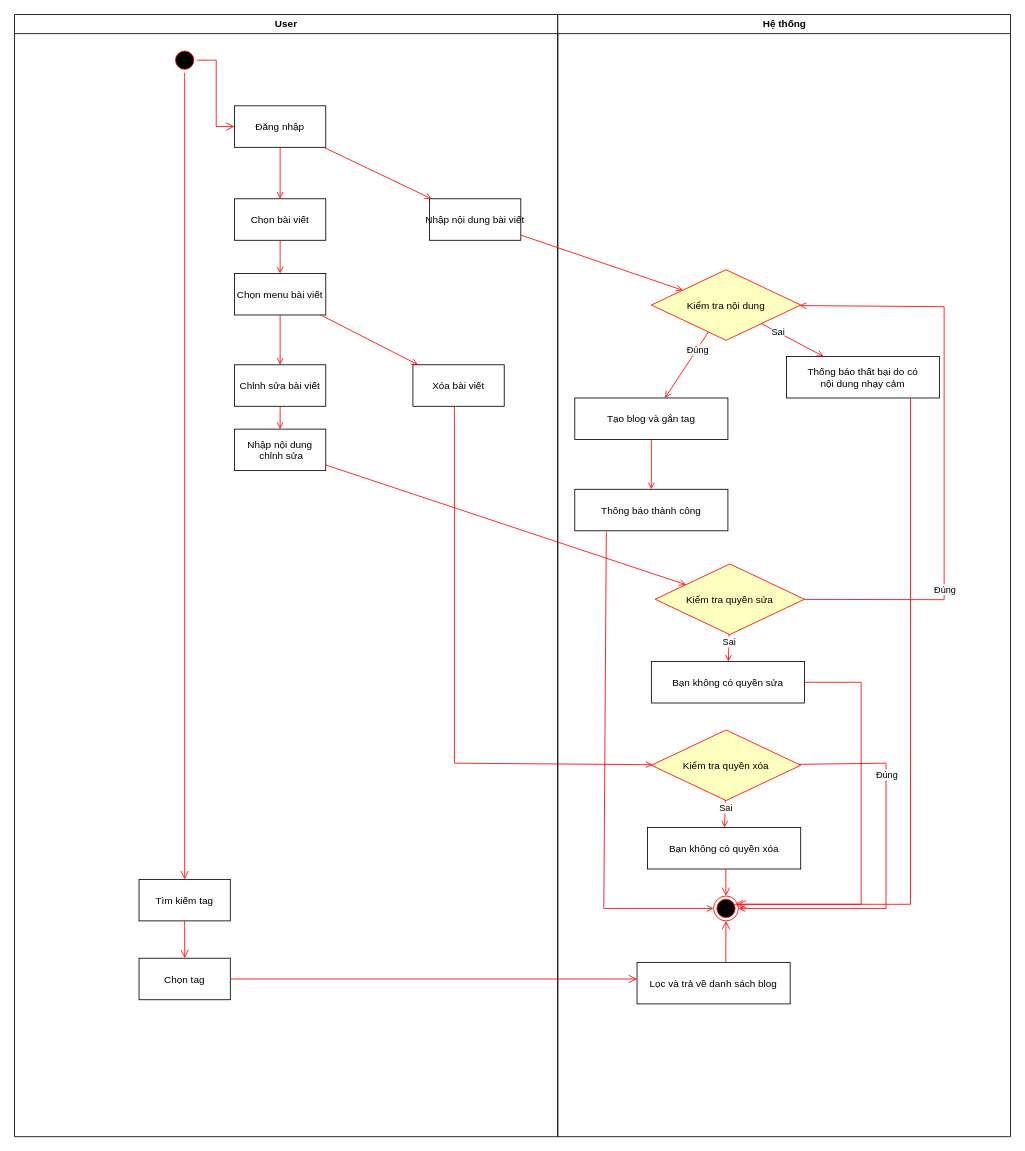
Above: BlogProject/BlogProject/QuanLyBlogActivity.drawio in TranThanhHoang123/Blog (draw.io), before the change. Source tidied: cells renumbered, new cells numbered last; positions are measured from the earlier drawing's top-left corner, leaving out a move shared by most shapes. Both pictures are drawn from the tidied source at 83%, with x=0, y=0 at pixel (14, 14).
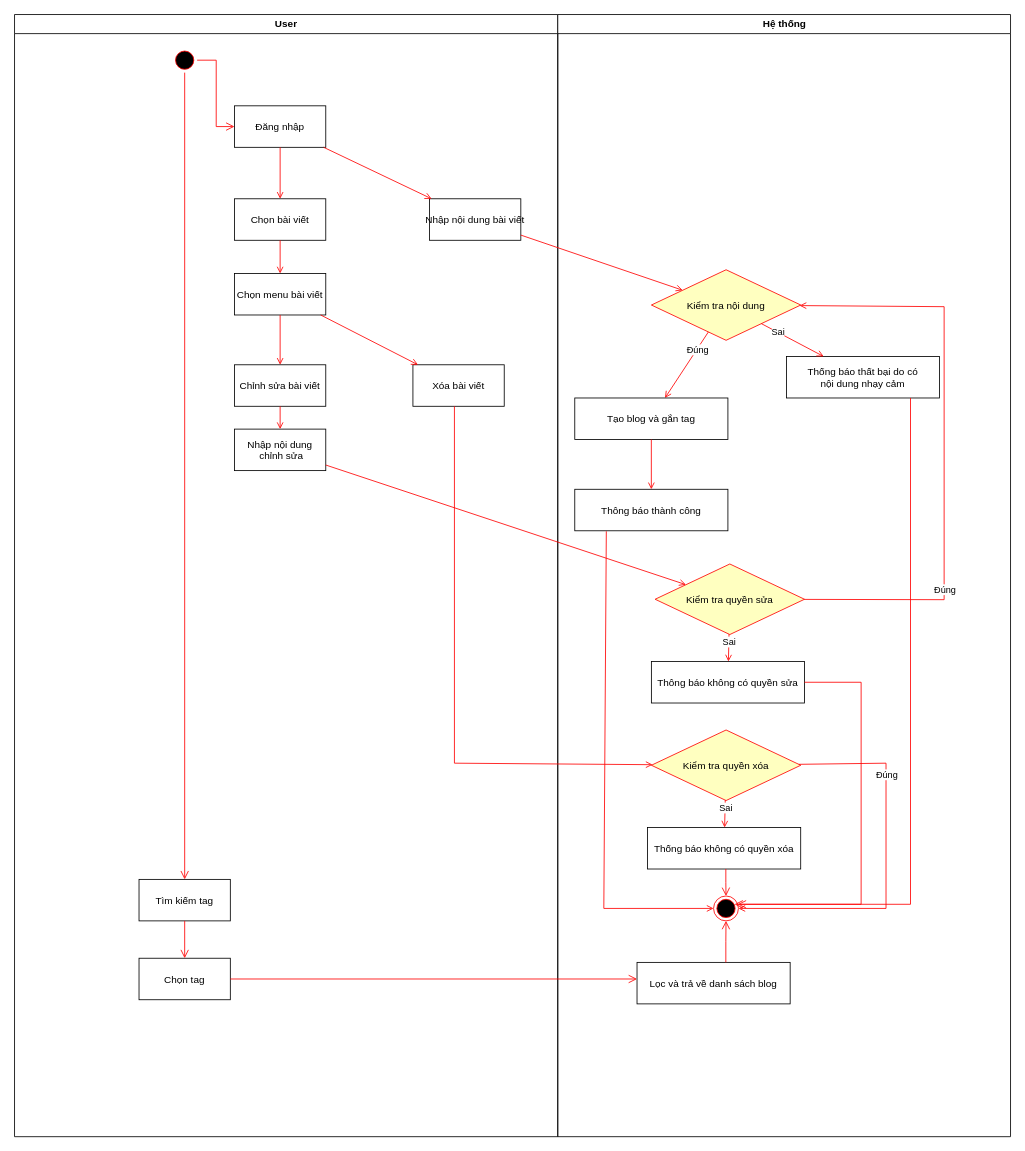
The same page after the edit.

The change refers to these unchanged cells:
```xml
<mxCell id="22" value="Hệ thống" style="swimlane;whiteSpace=wrap;" parent="1" vertex="1">
  <mxGeometry x="654.5" width="545.5" height="1352" as="geometry" />
</mxCell>
```

The edit, as a diff of the source:
```diff
@@
-    <mxCell id="34" value="Bạn không có quyền sửa" parent="22" vertex="1">
+    <mxCell id="34" value="Thông báo không có quyền sửa" parent="22" vertex="1">
       <mxGeometry x="112.8" y="779.5" width="184.5" height="50" as="geometry" />
     </mxCell>
@@
-    <mxCell id="39" value="Bạn không có quyền xóa" parent="22" vertex="1">
+    <mxCell id="39" value="Thống báo không có quyền xóa" parent="22" vertex="1">
       <mxGeometry x="108.2" y="979.5" width="184.5" height="50" as="geometry" />
     </mxCell>
```
